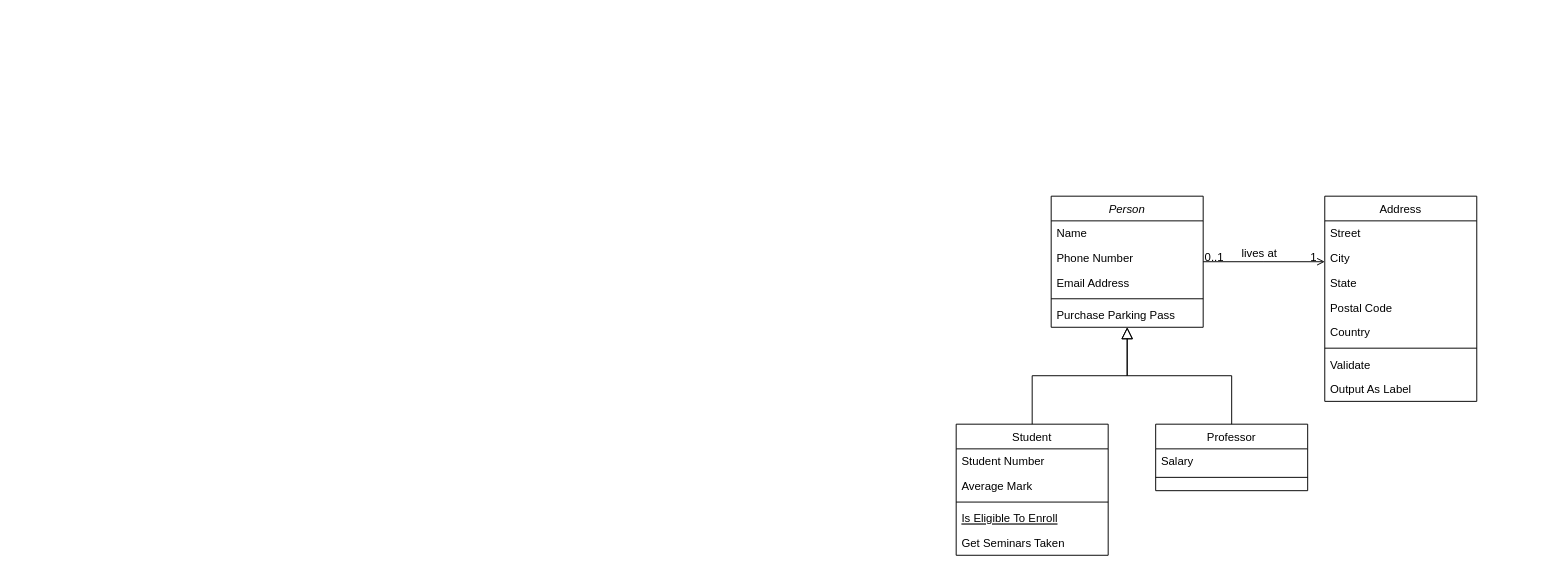
Before: Untitled Diagram.drawio in etefaghian/work-unesco, a draw.io diagram. Source tidied: cells renumbered, new cells numbered last; positions are measured from the earlier drawing's top-left corner, leaving out a move shared by most shapes. Both pictures are drawn from the tidied source at 95%, with x=0, y=0 at pixel (956, 196).
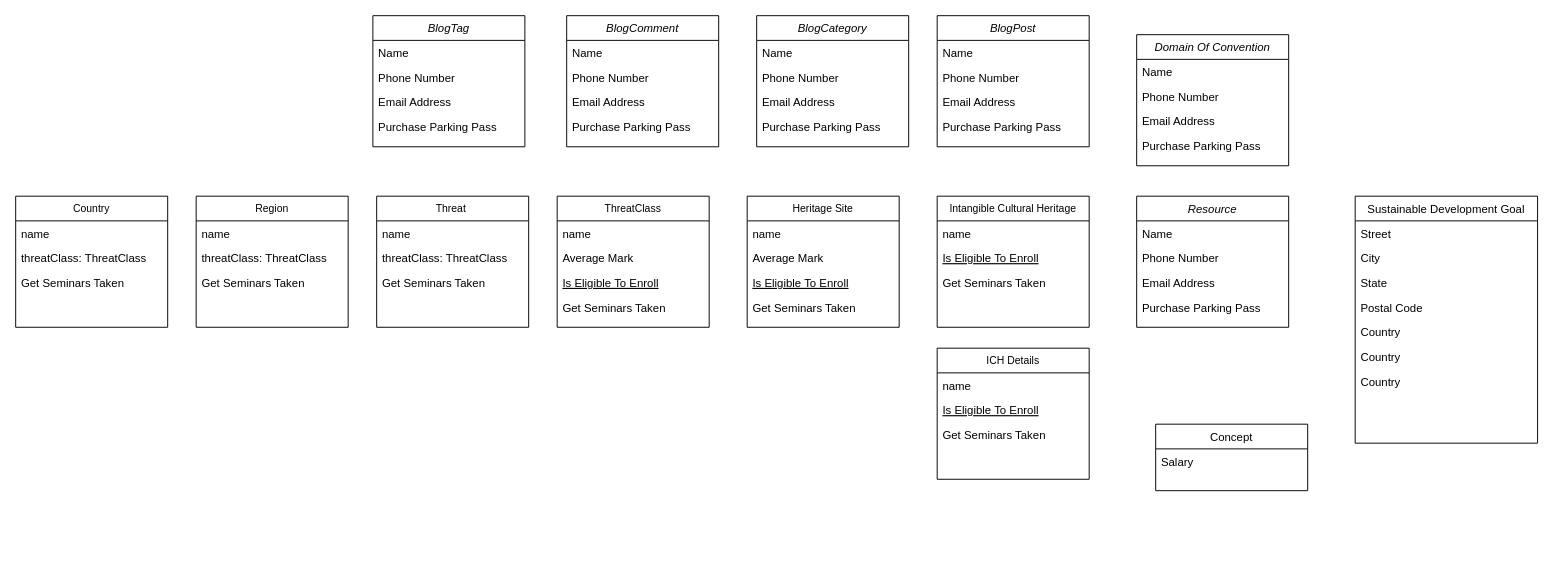
After the change.

The edit, as a diff of the source:
```diff
@@
-    <mxCell id="2" value="Person" style="swimlane;fontStyle=2;align=center;verticalAlign=top;horizontal=1;startSize=26;rounded=0;shadow=0;strokeWidth=1;" parent="1" vertex="1">
-      <mxGeometry x="100" width="160" height="138" as="geometry" />
+    <mxCell id="2" value="Resource" style="swimlane;fontStyle=2;align=center;verticalAlign=top;horizontal=1;startSize=26;rounded=0;shadow=0;strokeWidth=1;" parent="1" vertex="1">
+      <mxGeometry x="190" width="160" height="138" as="geometry" />
     </mxCell>
@@
-    <mxCell id="6" style="line;html=1;strokeWidth=1;align=left;verticalAlign=middle;spacingTop=-1;spacingLeft=3;spacingRight=3;labelPosition=right;" parent="2" vertex="1">
-      <mxGeometry y="104" width="160" height="8" as="geometry" />
-    </mxCell>
     <mxCell id="7" value="Purchase Parking Pass" style="text;align=left;verticalAlign=top;spacingLeft=4;spacingRight=4;overflow=hidden;" parent="2" vertex="1">
-      <mxGeometry y="112" width="160" height="26" as="geometry" />
+      <mxGeometry y="104" width="160" height="26" as="geometry" />
     </mxCell>
-    <mxCell id="8" value="Student" style="swimlane;fontStyle=0;align=center;verticalAlign=top;horizontal=1;startSize=26;rounded=0;shadow=0;strokeWidth=1;" parent="1" vertex="1">
-      <mxGeometry y="240" width="160" height="138" as="geometry" />
+    <mxCell id="8" value="Intangible Cultural Heritage" style="swimlane;fontStyle=0;align=center;verticalAlign=top;horizontal=1;startSize=26;rounded=0;shadow=0;strokeWidth=1;fontSize=11;" parent="1" vertex="1">
+      <mxGeometry x="-20" width="160" height="138" as="geometry" />
     </mxCell>
-    <mxCell id="9" value="Student Number" style="text;align=left;verticalAlign=top;spacingLeft=4;spacingRight=4;overflow=hidden;" parent="8" vertex="1">
+    <mxCell id="9" value="name" style="text;align=left;verticalAlign=top;spacingLeft=4;spacingRight=4;overflow=hidden;" parent="8" vertex="1">
       <mxGeometry y="26" width="160" height="26" as="geometry" />
     </mxCell>
-    <mxCell id="10" value="Average Mark" style="text;align=left;verticalAlign=top;spacingLeft=4;spacingRight=4;overflow=hidden;rounded=0;shadow=0;html=0;" parent="8" vertex="1">
-      <mxGeometry y="52" width="160" height="26" as="geometry" />
-    </mxCell>
-    <mxCell id="11" style="line;html=1;strokeWidth=1;align=left;verticalAlign=middle;spacingTop=-1;spacingLeft=3;spacingRight=3;labelPosition=right;" parent="8" vertex="1">
-      <mxGeometry y="78" width="160" height="8" as="geometry" />
-    </mxCell>
     <mxCell id="12" value="Is Eligible To Enroll" style="text;align=left;verticalAlign=top;spacingLeft=4;spacingRight=4;overflow=hidden;fontStyle=4;" parent="8" vertex="1">
-      <mxGeometry y="86" width="160" height="26" as="geometry" />
+      <mxGeometry y="52" width="160" height="26" as="geometry" />
     </mxCell>
     <mxCell id="13" value="Get Seminars Taken" style="text;align=left;verticalAlign=top;spacingLeft=4;spacingRight=4;overflow=hidden;" parent="8" vertex="1">
-      <mxGeometry y="112" width="160" height="26" as="geometry" />
+      <mxGeometry y="78" width="160" height="26" as="geometry" />
     </mxCell>
-    <mxCell id="14" style="endArrow=block;endSize=10;endFill=0;shadow=0;strokeWidth=1;rounded=0;edgeStyle=elbowEdgeStyle;elbow=vertical;" parent="1" edge="1" source="8" target="2">
-      <mxGeometry relative="1" as="geometry" />
-    </mxCell>
-    <mxCell id="15" value="Professor" style="swimlane;fontStyle=0;align=center;verticalAlign=top;horizontal=1;startSize=26;rounded=0;shadow=0;strokeWidth=1;" parent="1" vertex="1">
+    <mxCell id="15" value="Concept" style="swimlane;fontStyle=0;align=center;verticalAlign=top;horizontal=1;startSize=26;rounded=0;shadow=0;strokeWidth=1;" parent="1" vertex="1">
       <mxGeometry x="210" y="240" width="160" height="70" as="geometry" />
     </mxCell>
@@
-    <mxCell id="17" style="line;html=1;strokeWidth=1;align=left;verticalAlign=middle;spacingTop=-1;spacingLeft=3;spacingRight=3;labelPosition=right;" parent="15" vertex="1">
-      <mxGeometry y="52" width="160" height="8" as="geometry" />
-    </mxCell>
-    <mxCell id="18" style="endArrow=block;endSize=10;endFill=0;shadow=0;strokeWidth=1;rounded=0;edgeStyle=elbowEdgeStyle;elbow=vertical;" parent="1" edge="1" source="15" target="2">
-      <mxGeometry relative="1" as="geometry" />
-    </mxCell>
-    <mxCell id="19" value="Address" style="swimlane;fontStyle=0;align=center;verticalAlign=top;horizontal=1;startSize=26;rounded=0;shadow=0;strokeWidth=1;" parent="1" vertex="1">
-      <mxGeometry x="388" width="160" height="216" as="geometry" />
+    <mxCell id="19" value="Sustainable Development Goal" style="swimlane;fontStyle=0;align=center;verticalAlign=top;horizontal=1;startSize=26;rounded=0;shadow=0;strokeWidth=1;" parent="1" vertex="1">
+      <mxGeometry x="420" width="192" height="260" as="geometry" />
     </mxCell>
     <mxCell id="20" value="Street" style="text;align=left;verticalAlign=top;spacingLeft=4;spacingRight=4;overflow=hidden;" parent="19" vertex="1">
-      <mxGeometry y="26" width="160" height="26" as="geometry" />
+      <mxGeometry y="26" width="192" height="26" as="geometry" />
     </mxCell>
     <mxCell id="21" value="City" style="text;align=left;verticalAlign=top;spacingLeft=4;spacingRight=4;overflow=hidden;rounded=0;shadow=0;html=0;" parent="19" vertex="1">
-      <mxGeometry y="52" width="160" height="26" as="geometry" />
+      <mxGeometry y="52" width="192" height="26" as="geometry" />
     </mxCell>
     <mxCell id="22" value="State" style="text;align=left;verticalAlign=top;spacingLeft=4;spacingRight=4;overflow=hidden;rounded=0;shadow=0;html=0;" parent="19" vertex="1">
-      <mxGeometry y="78" width="160" height="26" as="geometry" />
+      <mxGeometry y="78" width="192" height="26" as="geometry" />
     </mxCell>
     <mxCell id="23" value="Postal Code" style="text;align=left;verticalAlign=top;spacingLeft=4;spacingRight=4;overflow=hidden;rounded=0;shadow=0;html=0;" parent="19" vertex="1">
-      <mxGeometry y="104" width="160" height="26" as="geometry" />
+      <mxGeometry y="104" width="192" height="26" as="geometry" />
     </mxCell>
     <mxCell id="24" value="Country" style="text;align=left;verticalAlign=top;spacingLeft=4;spacingRight=4;overflow=hidden;rounded=0;shadow=0;html=0;" parent="19" vertex="1">
-      <mxGeometry y="130" width="160" height="26" as="geometry" />
+      <mxGeometry y="130" width="192" height="26" as="geometry" />
     </mxCell>
-    <mxCell id="25" style="line;html=1;strokeWidth=1;align=left;verticalAlign=middle;spacingTop=-1;spacingLeft=3;spacingRight=3;labelPosition=right;" parent="19" vertex="1">
-      <mxGeometry y="156" width="160" height="8" as="geometry" />
-    </mxCell>
-    <mxCell id="26" value="Validate" style="text;align=left;verticalAlign=top;spacingLeft=4;spacingRight=4;overflow=hidden;" parent="19" vertex="1">
-      <mxGeometry y="164" width="160" height="26" as="geometry" />
-    </mxCell>
-    <mxCell id="27" value="Output As Label" style="text;align=left;verticalAlign=top;spacingLeft=4;spacingRight=4;overflow=hidden;" parent="19" vertex="1">
-      <mxGeometry y="190" width="160" height="26" as="geometry" />
-    </mxCell>
-    <mxCell id="28" style="endArrow=open;shadow=0;strokeWidth=1;rounded=0;endFill=1;edgeStyle=elbowEdgeStyle;elbow=vertical;" parent="1" edge="1" source="2" target="19">
-      <mxGeometry x="0.5" y="41" relative="1" as="geometry">
-        <mxPoint x="-40" y="32" as="offset" />
-      </mxGeometry>
-    </mxCell>
-    <mxCell id="29" value="0..1" style="align=left;verticalAlign=bottom;labelBackgroundColor=none;fontSize=12;" parent="28" vertex="1">
-      <mxGeometry x="-1" relative="1" as="geometry">
-        <mxPoint y="4" as="offset" />
-      </mxGeometry>
-    </mxCell>
-    <mxCell id="30" value="1" style="align=right;verticalAlign=bottom;labelBackgroundColor=none;fontSize=12;" parent="28" vertex="1">
-      <mxGeometry x="1" relative="1" as="geometry">
-        <mxPoint x="-7" y="4" as="offset" />
-      </mxGeometry>
-    </mxCell>
-    <mxCell id="31" value="lives at" style="text;html=1;align=center;verticalAlign=middle;labelBackgroundColor=none;rounded=0;shadow=0;strokeWidth=1;fontSize=12;" parent="28" vertex="1">
-      <mxGeometry x="0.5" y="49" relative="1" as="geometry">
-        <mxPoint x="-38" y="40" as="offset" />
-      </mxGeometry>
-    </mxCell>
+    <mxCell id="32" value="Country" style="text;align=left;verticalAlign=top;spacingLeft=4;spacingRight=4;overflow=hidden;rounded=0;shadow=0;html=0;" parent="19" vertex="1">
+      <mxGeometry y="156" width="192" height="26" as="geometry" />
+    </mxCell>
+    <mxCell id="33" value="Country" style="text;align=left;verticalAlign=top;spacingLeft=4;spacingRight=4;overflow=hidden;rounded=0;shadow=0;html=0;" parent="19" vertex="1">
+      <mxGeometry y="182" width="192" height="26" as="geometry" />
+    </mxCell>
+    <mxCell id="34" value="Heritage Site" style="swimlane;fontStyle=0;align=center;verticalAlign=top;horizontal=1;startSize=26;rounded=0;shadow=0;strokeWidth=1;fontSize=11;" parent="1" vertex="1">
+      <mxGeometry x="-220" width="160" height="138" as="geometry" />
+    </mxCell>
+    <mxCell id="35" value="name" style="text;align=left;verticalAlign=top;spacingLeft=4;spacingRight=4;overflow=hidden;" parent="34" vertex="1">
+      <mxGeometry y="26" width="160" height="26" as="geometry" />
+    </mxCell>
+    <mxCell id="36" value="Average Mark" style="text;align=left;verticalAlign=top;spacingLeft=4;spacingRight=4;overflow=hidden;rounded=0;shadow=0;html=0;" parent="34" vertex="1">
+      <mxGeometry y="52" width="160" height="26" as="geometry" />
+    </mxCell>
+    <mxCell id="37" value="Is Eligible To Enroll" style="text;align=left;verticalAlign=top;spacingLeft=4;spacingRight=4;overflow=hidden;fontStyle=4;" parent="34" vertex="1">
+      <mxGeometry y="78" width="160" height="26" as="geometry" />
+    </mxCell>
+    <mxCell id="38" value="Get Seminars Taken" style="text;align=left;verticalAlign=top;spacingLeft=4;spacingRight=4;overflow=hidden;" parent="34" vertex="1">
+      <mxGeometry y="104" width="160" height="26" as="geometry" />
+    </mxCell>
+    <mxCell id="39" value="ThreatClass" style="swimlane;fontStyle=0;align=center;verticalAlign=top;horizontal=1;startSize=26;rounded=0;shadow=0;strokeWidth=1;fontSize=11;" parent="1" vertex="1">
+      <mxGeometry x="-420" width="160" height="138" as="geometry" />
+    </mxCell>
+    <mxCell id="40" value="name" style="text;align=left;verticalAlign=top;spacingLeft=4;spacingRight=4;overflow=hidden;" parent="39" vertex="1">
+      <mxGeometry y="26" width="160" height="26" as="geometry" />
+    </mxCell>
+    <mxCell id="41" value="Average Mark" style="text;align=left;verticalAlign=top;spacingLeft=4;spacingRight=4;overflow=hidden;rounded=0;shadow=0;html=0;" parent="39" vertex="1">
+      <mxGeometry y="52" width="160" height="26" as="geometry" />
+    </mxCell>
+    <mxCell id="42" value="Is Eligible To Enroll" style="text;align=left;verticalAlign=top;spacingLeft=4;spacingRight=4;overflow=hidden;fontStyle=4;" parent="39" vertex="1">
+      <mxGeometry y="78" width="160" height="26" as="geometry" />
+    </mxCell>
+    <mxCell id="43" value="Get Seminars Taken" style="text;align=left;verticalAlign=top;spacingLeft=4;spacingRight=4;overflow=hidden;" parent="39" vertex="1">
+      <mxGeometry y="104" width="160" height="26" as="geometry" />
+    </mxCell>
+    <mxCell id="44" value="Threat " style="swimlane;fontStyle=0;align=center;verticalAlign=top;horizontal=1;startSize=26;rounded=0;shadow=0;strokeWidth=1;fontSize=11;" parent="1" vertex="1">
+      <mxGeometry x="-610" width="160" height="138" as="geometry" />
+    </mxCell>
+    <mxCell id="45" value="name" style="text;align=left;verticalAlign=top;spacingLeft=4;spacingRight=4;overflow=hidden;" parent="44" vertex="1">
+      <mxGeometry y="26" width="160" height="26" as="geometry" />
+    </mxCell>
+    <mxCell id="46" value="threatClass: ThreatClass" style="text;align=left;verticalAlign=top;spacingLeft=4;spacingRight=4;overflow=hidden;rounded=0;shadow=0;html=0;" parent="44" vertex="1">
+      <mxGeometry y="52" width="160" height="26" as="geometry" />
+    </mxCell>
+    <mxCell id="47" value="Get Seminars Taken" style="text;align=left;verticalAlign=top;spacingLeft=4;spacingRight=4;overflow=hidden;" parent="44" vertex="1">
+      <mxGeometry y="78" width="160" height="26" as="geometry" />
+    </mxCell>
+    <mxCell id="48" value="Domain Of Convention" style="swimlane;fontStyle=2;align=center;verticalAlign=top;horizontal=1;startSize=26;rounded=0;shadow=0;strokeWidth=1;" parent="1" vertex="1">
+      <mxGeometry x="190" y="-170" width="160" height="138" as="geometry" />
+    </mxCell>
+    <mxCell id="49" value="Name" style="text;align=left;verticalAlign=top;spacingLeft=4;spacingRight=4;overflow=hidden;" parent="48" vertex="1">
+      <mxGeometry y="26" width="160" height="26" as="geometry" />
+    </mxCell>
+    <mxCell id="50" value="Phone Number" style="text;align=left;verticalAlign=top;spacingLeft=4;spacingRight=4;overflow=hidden;rounded=0;shadow=0;html=0;" parent="48" vertex="1">
+      <mxGeometry y="52" width="160" height="26" as="geometry" />
+    </mxCell>
+    <mxCell id="51" value="Email Address" style="text;align=left;verticalAlign=top;spacingLeft=4;spacingRight=4;overflow=hidden;rounded=0;shadow=0;html=0;" parent="48" vertex="1">
+      <mxGeometry y="78" width="160" height="26" as="geometry" />
+    </mxCell>
+    <mxCell id="52" value="Purchase Parking Pass" style="text;align=left;verticalAlign=top;spacingLeft=4;spacingRight=4;overflow=hidden;" parent="48" vertex="1">
+      <mxGeometry y="104" width="160" height="26" as="geometry" />
+    </mxCell>
+    <mxCell id="53" value="ICH Details" style="swimlane;fontStyle=0;align=center;verticalAlign=top;horizontal=1;startSize=26;rounded=0;shadow=0;strokeWidth=1;fontSize=11;" parent="1" vertex="1">
+      <mxGeometry x="-20" y="160" width="160" height="138" as="geometry" />
+    </mxCell>
+    <mxCell id="54" value="name" style="text;align=left;verticalAlign=top;spacingLeft=4;spacingRight=4;overflow=hidden;" parent="53" vertex="1">
+      <mxGeometry y="26" width="160" height="26" as="geometry" />
+    </mxCell>
+    <mxCell id="55" value="Is Eligible To Enroll" style="text;align=left;verticalAlign=top;spacingLeft=4;spacingRight=4;overflow=hidden;fontStyle=4;" parent="53" vertex="1">
+      <mxGeometry y="52" width="160" height="26" as="geometry" />
+    </mxCell>
+    <mxCell id="56" value="Get Seminars Taken" style="text;align=left;verticalAlign=top;spacingLeft=4;spacingRight=4;overflow=hidden;" parent="53" vertex="1">
+      <mxGeometry y="78" width="160" height="26" as="geometry" />
+    </mxCell>
+    <mxCell id="57" value="Region" style="swimlane;fontStyle=0;align=center;verticalAlign=top;horizontal=1;startSize=26;rounded=0;shadow=0;strokeWidth=1;fontSize=11;" parent="1" vertex="1">
+      <mxGeometry x="-800" width="160" height="138" as="geometry" />
+    </mxCell>
+    <mxCell id="58" value="name" style="text;align=left;verticalAlign=top;spacingLeft=4;spacingRight=4;overflow=hidden;" parent="57" vertex="1">
+      <mxGeometry y="26" width="160" height="26" as="geometry" />
+    </mxCell>
+    <mxCell id="59" value="threatClass: ThreatClass" style="text;align=left;verticalAlign=top;spacingLeft=4;spacingRight=4;overflow=hidden;rounded=0;shadow=0;html=0;" parent="57" vertex="1">
+      <mxGeometry y="52" width="160" height="26" as="geometry" />
+    </mxCell>
+    <mxCell id="60" value="Get Seminars Taken" style="text;align=left;verticalAlign=top;spacingLeft=4;spacingRight=4;overflow=hidden;" parent="57" vertex="1">
+      <mxGeometry y="78" width="160" height="26" as="geometry" />
+    </mxCell>
+    <mxCell id="61" value="Country" style="swimlane;fontStyle=0;align=center;verticalAlign=top;horizontal=1;startSize=26;rounded=0;shadow=0;strokeWidth=1;fontSize=11;" parent="1" vertex="1">
+      <mxGeometry x="-990" width="160" height="138" as="geometry" />
+    </mxCell>
+    <mxCell id="62" value="name" style="text;align=left;verticalAlign=top;spacingLeft=4;spacingRight=4;overflow=hidden;" parent="61" vertex="1">
+      <mxGeometry y="26" width="160" height="26" as="geometry" />
+    </mxCell>
+    <mxCell id="63" value="threatClass: ThreatClass" style="text;align=left;verticalAlign=top;spacingLeft=4;spacingRight=4;overflow=hidden;rounded=0;shadow=0;html=0;" parent="61" vertex="1">
+      <mxGeometry y="52" width="160" height="26" as="geometry" />
+    </mxCell>
+    <mxCell id="64" value="Get Seminars Taken" style="text;align=left;verticalAlign=top;spacingLeft=4;spacingRight=4;overflow=hidden;" parent="61" vertex="1">
+      <mxGeometry y="78" width="160" height="26" as="geometry" />
+    </mxCell>
+    <mxCell id="65" value="BlogPost" style="swimlane;fontStyle=2;align=center;verticalAlign=top;horizontal=1;startSize=26;rounded=0;shadow=0;strokeWidth=1;" parent="1" vertex="1">
+      <mxGeometry x="-20" y="-190" width="160" height="138" as="geometry" />
+    </mxCell>
+    <mxCell id="66" value="Name" style="text;align=left;verticalAlign=top;spacingLeft=4;spacingRight=4;overflow=hidden;" parent="65" vertex="1">
+      <mxGeometry y="26" width="160" height="26" as="geometry" />
+    </mxCell>
+    <mxCell id="67" value="Phone Number" style="text;align=left;verticalAlign=top;spacingLeft=4;spacingRight=4;overflow=hidden;rounded=0;shadow=0;html=0;" parent="65" vertex="1">
+      <mxGeometry y="52" width="160" height="26" as="geometry" />
+    </mxCell>
+    <mxCell id="68" value="Email Address" style="text;align=left;verticalAlign=top;spacingLeft=4;spacingRight=4;overflow=hidden;rounded=0;shadow=0;html=0;" parent="65" vertex="1">
+      <mxGeometry y="78" width="160" height="26" as="geometry" />
+    </mxCell>
+    <mxCell id="69" value="Purchase Parking Pass" style="text;align=left;verticalAlign=top;spacingLeft=4;spacingRight=4;overflow=hidden;" parent="65" vertex="1">
+      <mxGeometry y="104" width="160" height="26" as="geometry" />
+    </mxCell>
+    <mxCell id="70" value="BlogCategory" style="swimlane;fontStyle=2;align=center;verticalAlign=top;horizontal=1;startSize=26;rounded=0;shadow=0;strokeWidth=1;" parent="1" vertex="1">
+      <mxGeometry x="-210" y="-190" width="160" height="138" as="geometry" />
+    </mxCell>
+    <mxCell id="71" value="Name" style="text;align=left;verticalAlign=top;spacingLeft=4;spacingRight=4;overflow=hidden;" parent="70" vertex="1">
+      <mxGeometry y="26" width="160" height="26" as="geometry" />
+    </mxCell>
+    <mxCell id="72" value="Phone Number" style="text;align=left;verticalAlign=top;spacingLeft=4;spacingRight=4;overflow=hidden;rounded=0;shadow=0;html=0;" parent="70" vertex="1">
+      <mxGeometry y="52" width="160" height="26" as="geometry" />
+    </mxCell>
+    <mxCell id="73" value="Email Address" style="text;align=left;verticalAlign=top;spacingLeft=4;spacingRight=4;overflow=hidden;rounded=0;shadow=0;html=0;" parent="70" vertex="1">
+      <mxGeometry y="78" width="160" height="26" as="geometry" />
+    </mxCell>
+    <mxCell id="74" value="Purchase Parking Pass" style="text;align=left;verticalAlign=top;spacingLeft=4;spacingRight=4;overflow=hidden;" parent="70" vertex="1">
+      <mxGeometry y="104" width="160" height="26" as="geometry" />
+    </mxCell>
+    <mxCell id="75" value="BlogComment" style="swimlane;fontStyle=2;align=center;verticalAlign=top;horizontal=1;startSize=26;rounded=0;shadow=0;strokeWidth=1;" parent="1" vertex="1">
+      <mxGeometry x="-410" y="-190" width="160" height="138" as="geometry" />
+    </mxCell>
+    <mxCell id="76" value="Name" style="text;align=left;verticalAlign=top;spacingLeft=4;spacingRight=4;overflow=hidden;" parent="75" vertex="1">
+      <mxGeometry y="26" width="160" height="26" as="geometry" />
+    </mxCell>
+    <mxCell id="77" value="Phone Number" style="text;align=left;verticalAlign=top;spacingLeft=4;spacingRight=4;overflow=hidden;rounded=0;shadow=0;html=0;" parent="75" vertex="1">
+      <mxGeometry y="52" width="160" height="26" as="geometry" />
+    </mxCell>
+    <mxCell id="78" value="Email Address" style="text;align=left;verticalAlign=top;spacingLeft=4;spacingRight=4;overflow=hidden;rounded=0;shadow=0;html=0;" parent="75" vertex="1">
+      <mxGeometry y="78" width="160" height="26" as="geometry" />
+    </mxCell>
+    <mxCell id="79" value="Purchase Parking Pass" style="text;align=left;verticalAlign=top;spacingLeft=4;spacingRight=4;overflow=hidden;" parent="75" vertex="1">
+      <mxGeometry y="104" width="160" height="26" as="geometry" />
+    </mxCell>
+    <mxCell id="80" value="BlogTag" style="swimlane;fontStyle=2;align=center;verticalAlign=top;horizontal=1;startSize=26;rounded=0;shadow=0;strokeWidth=1;" parent="1" vertex="1">
+      <mxGeometry x="-614" y="-190" width="160" height="138" as="geometry" />
+    </mxCell>
+    <mxCell id="81" value="Name" style="text;align=left;verticalAlign=top;spacingLeft=4;spacingRight=4;overflow=hidden;" parent="80" vertex="1">
+      <mxGeometry y="26" width="160" height="26" as="geometry" />
+    </mxCell>
+    <mxCell id="82" value="Phone Number" style="text;align=left;verticalAlign=top;spacingLeft=4;spacingRight=4;overflow=hidden;rounded=0;shadow=0;html=0;" parent="80" vertex="1">
+      <mxGeometry y="52" width="160" height="26" as="geometry" />
+    </mxCell>
+    <mxCell id="83" value="Email Address" style="text;align=left;verticalAlign=top;spacingLeft=4;spacingRight=4;overflow=hidden;rounded=0;shadow=0;html=0;" parent="80" vertex="1">
+      <mxGeometry y="78" width="160" height="26" as="geometry" />
+    </mxCell>
+    <mxCell id="84" value="Purchase Parking Pass" style="text;align=left;verticalAlign=top;spacingLeft=4;spacingRight=4;overflow=hidden;" parent="80" vertex="1">
+      <mxGeometry y="104" width="160" height="26" as="geometry" />
+    </mxCell>
```
